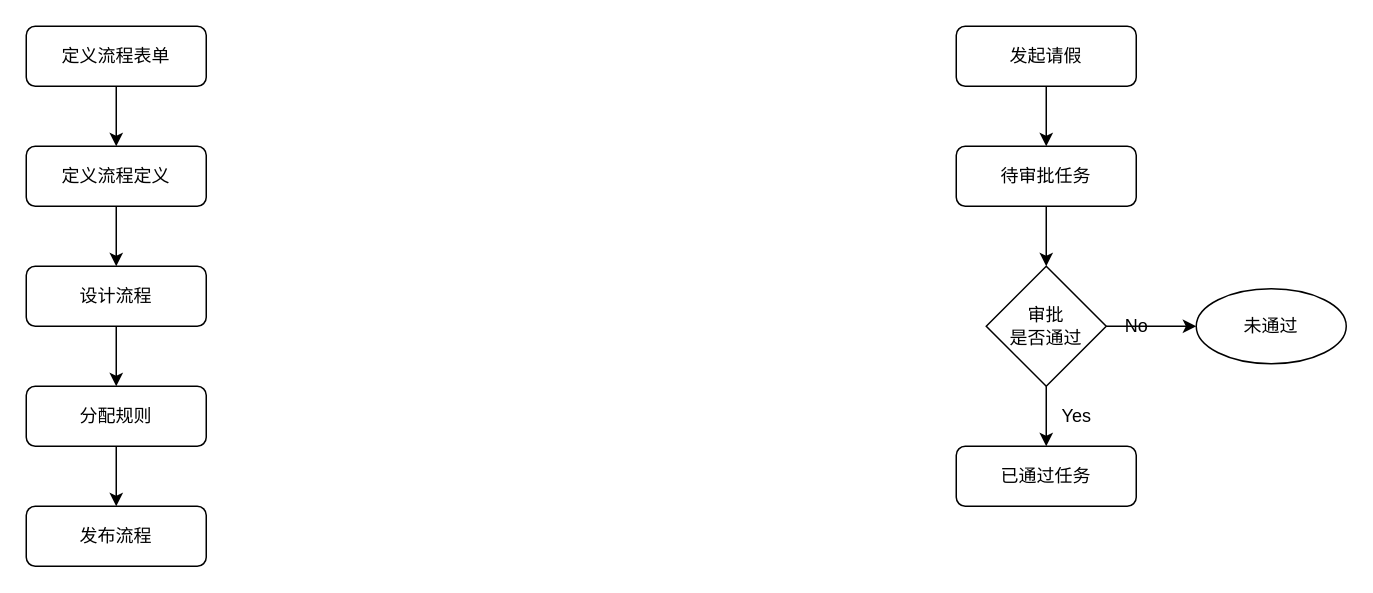
Before: flowable工作流.drawio in stephenZkang/diagrams, a draw.io diagram. Source tidied: cells renumbered, new cells numbered last; positions are measured from the earlier drawing's top-left corner, leaving out a move shared by most shapes. Both pictures are drawn from the tidied source at 150%, with x=0, y=0 at pixel (26, 26).
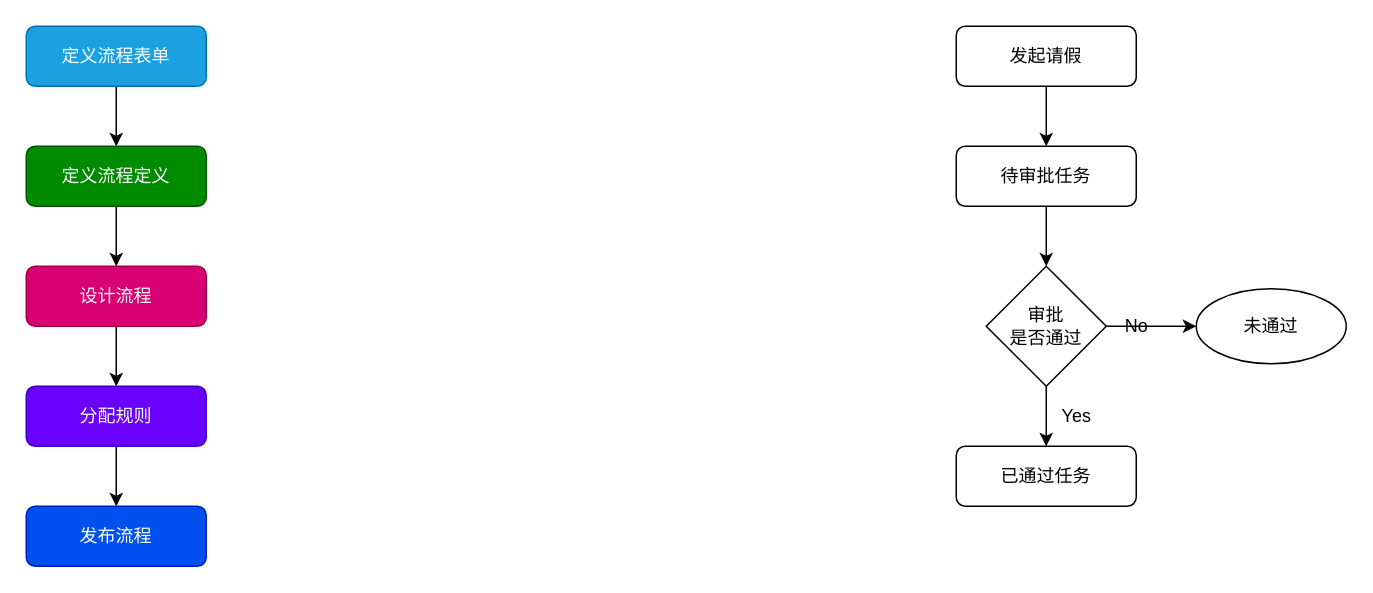
After the change.

Commit message (it also covers changes not shown here):
更新flowable工作流.drawio

Diff of the diagram source:
```diff
@@
-    <mxCell id="3" value="定义流程表单" style="rounded=1;whiteSpace=wrap;html=1;fontSize=12;glass=0;strokeWidth=1;shadow=0;" parent="1" vertex="1">
+    <mxCell id="3" value="定义流程表单" style="rounded=1;whiteSpace=wrap;html=1;fontSize=12;glass=0;strokeWidth=1;shadow=0;fillColor=#1ba1e2;fontColor=#ffffff;strokeColor=#006EAF;" parent="1" vertex="1">
       <mxGeometry width="120" height="40" as="geometry" />
     </mxCell>
@@
-    <mxCell id="5" value="设计流程" style="rounded=1;whiteSpace=wrap;html=1;fontSize=12;glass=0;strokeWidth=1;shadow=0;" parent="1" vertex="1">
+    <mxCell id="5" value="设计流程" style="rounded=1;whiteSpace=wrap;html=1;fontSize=12;glass=0;strokeWidth=1;shadow=0;fillColor=#d80073;fontColor=#ffffff;strokeColor=#A50040;" parent="1" vertex="1">
       <mxGeometry y="160" width="120" height="40" as="geometry" />
     </mxCell>
@@
-    <mxCell id="7" value="定义流程定义" style="rounded=1;whiteSpace=wrap;html=1;fontSize=12;glass=0;strokeWidth=1;shadow=0;" parent="1" vertex="1">
+    <mxCell id="7" value="定义流程定义" style="rounded=1;whiteSpace=wrap;html=1;fontSize=12;glass=0;strokeWidth=1;shadow=0;fillColor=#008a00;fontColor=#ffffff;strokeColor=#005700;" parent="1" vertex="1">
       <mxGeometry y="80" width="120" height="40" as="geometry" />
     </mxCell>
@@
-    <mxCell id="9" value="分配规则" style="whiteSpace=wrap;html=1;rounded=1;glass=0;strokeWidth=1;shadow=0;" parent="1" vertex="1">
+    <mxCell id="9" value="分配规则" style="whiteSpace=wrap;html=1;rounded=1;glass=0;strokeWidth=1;shadow=0;fillColor=#6a00ff;fontColor=#ffffff;strokeColor=#3700CC;" parent="1" vertex="1">
       <mxGeometry y="240" width="120" height="40" as="geometry" />
     </mxCell>
-    <mxCell id="10" value="发布流程" style="whiteSpace=wrap;html=1;rounded=1;glass=0;strokeWidth=1;shadow=0;" parent="1" vertex="1">
+    <mxCell id="10" value="发布流程" style="whiteSpace=wrap;html=1;rounded=1;glass=0;strokeWidth=1;shadow=0;fillColor=#0050ef;fontColor=#ffffff;strokeColor=#001DBC;" parent="1" vertex="1">
       <mxGeometry y="320" width="120" height="40" as="geometry" />
     </mxCell>
```
